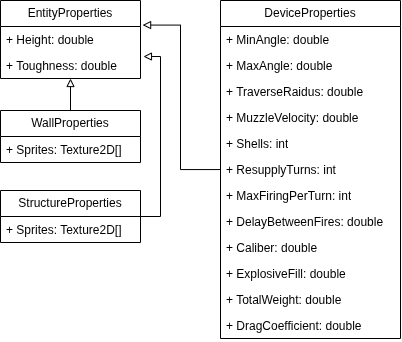
Before: Documentation/Models/EntityProps.drawio.png, a diagram exported from draw.io (1ivyatan/drumstalotajs). Source tidied: cells renumbered, new cells last; positions are measured from the earlier drawing's top-left corner, leaving out a move shared by most shapes.
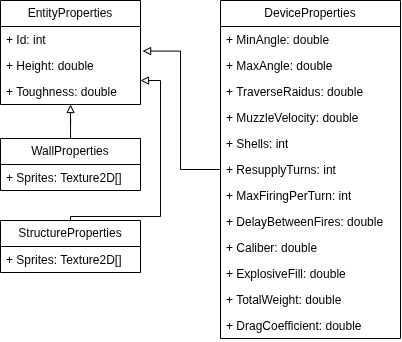
Above is the later version.

The edit, as a diff of the source:
```diff
@@ -6,13 +6,16 @@
       <mxGeometry relative="1" as="geometry" />
     </mxCell>
     <mxCell id="3" value="EntityProperties" style="swimlane;fontStyle=0;horizontal=1;startSize=26;fillColor=none;whiteSpace=wrap;html=1;" parent="1" vertex="1">
-      <mxGeometry width="140" height="78" as="geometry" />
+      <mxGeometry width="140" height="104" as="geometry" />
     </mxCell>
+    <mxCell id="25" value="+ Id: int" style="text;strokeColor=none;fillColor=none;align=left;verticalAlign=top;spacingLeft=4;spacingRight=4;overflow=hidden;whiteSpace=wrap;html=1;" parent="3" vertex="1">
+      <mxGeometry y="26" width="140" height="26" as="geometry" />
+    </mxCell>
     <mxCell id="4" value="+ Height: double" style="text;strokeColor=none;fillColor=none;align=left;verticalAlign=top;spacingLeft=4;spacingRight=4;overflow=hidden;points=[[0,0.5],[1,0.5]];portConstraint=eastwest;whiteSpace=wrap;html=1;" parent="3" vertex="1">
-      <mxGeometry y="26" width="140" height="26" as="geometry" />
+      <mxGeometry y="52" width="140" height="26" as="geometry" />
     </mxCell>
     <mxCell id="5" value="+ Toughness: double" style="text;strokeColor=none;fillColor=none;align=left;verticalAlign=top;spacingLeft=4;spacingRight=4;overflow=hidden;points=[[0,0.5],[1,0.5]];portConstraint=eastwest;whiteSpace=wrap;html=1;" parent="3" vertex="1">
-      <mxGeometry y="52" width="140" height="26" as="geometry" />
+      <mxGeometry y="78" width="140" height="26" as="geometry" />
     </mxCell>
     <mxCell id="6" value="DeviceProperties" style="swimlane;fontStyle=0;horizontal=1;startSize=26;fillColor=none;whiteSpace=wrap;html=1;" parent="1" vertex="1">
       <mxGeometry x="220" width="180" height="338" as="geometry" />
@@ -54,22 +57,23 @@
       <mxGeometry y="312" width="180" height="26" as="geometry" />
     </mxCell>
     <mxCell id="19" value="WallProperties" style="swimlane;fontStyle=0;horizontal=1;startSize=26;fillColor=none;whiteSpace=wrap;html=1;" parent="1" vertex="1">
-      <mxGeometry y="110" width="140" height="52" as="geometry" />
+      <mxGeometry y="138" width="140" height="52" as="geometry" />
     </mxCell>
     <mxCell id="20" value="+ Sprites: Texture2D[]" style="text;strokeColor=none;fillColor=none;align=left;verticalAlign=top;spacingLeft=4;spacingRight=4;overflow=hidden;whiteSpace=wrap;html=1;" parent="19" vertex="1">
       <mxGeometry y="26" width="140" height="26" as="geometry" />
     </mxCell>
     <mxCell id="21" value="StructureProperties" style="swimlane;fontStyle=0;horizontal=1;startSize=26;fillColor=none;whiteSpace=wrap;html=1;" parent="1" vertex="1">
-      <mxGeometry y="190" width="140" height="52" as="geometry" />
+      <mxGeometry y="220" width="140" height="52" as="geometry" />
     </mxCell>
     <mxCell id="22" value="+ Sprites: Texture2D[]" style="text;strokeColor=none;fillColor=none;align=left;verticalAlign=top;spacingLeft=4;spacingRight=4;overflow=hidden;whiteSpace=wrap;html=1;" parent="21" vertex="1">
       <mxGeometry y="26" width="140" height="26" as="geometry" />
     </mxCell>
-    <mxCell id="23" style="edgeStyle=orthogonalEdgeStyle;rounded=0;jettySize=auto;html=1;entryX=1.021;entryY=0.155;entryDx=0;entryDy=0;entryPerimeter=0;endArrow=block;endFill=0;" parent="1" edge="1" source="21" target="5">
+    <mxCell id="23" style="edgeStyle=orthogonalEdgeStyle;rounded=0;jettySize=auto;html=1;entryX=1;entryY=0.077;entryDx=0;entryDy=0;entryPerimeter=0;endArrow=block;endFill=0;" parent="1" edge="1" source="21" target="5">
       <mxGeometry relative="1" as="geometry">
         <Array as="points">
+          <mxPoint x="70" y="216" />
           <mxPoint x="160" y="216" />
-          <mxPoint x="160" y="56" />
+          <mxPoint x="160" y="80" />
         </Array>
       </mxGeometry>
     </mxCell>
```
